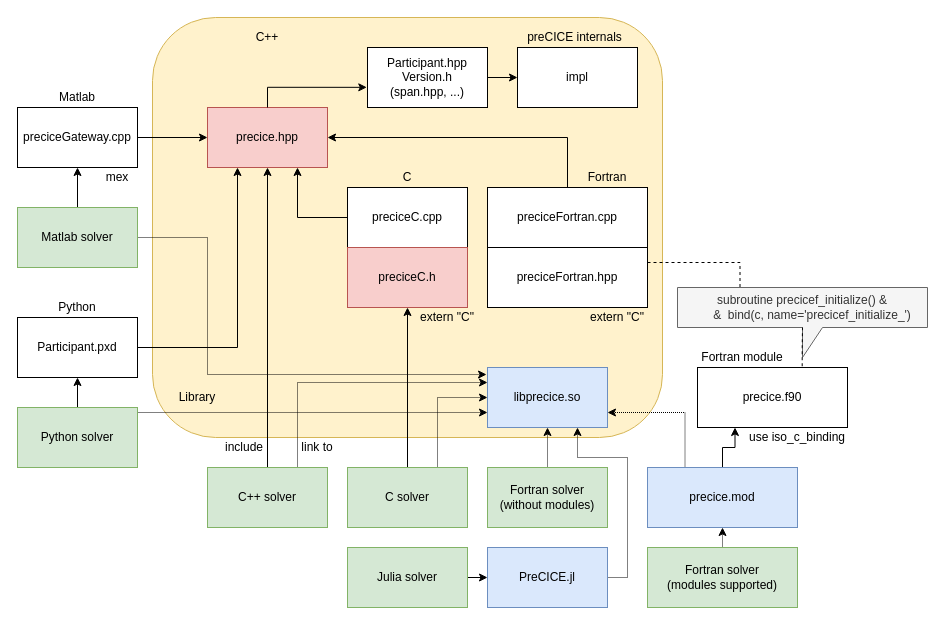
precice/precice.github.io keeps this draw.io diagram as images/docs/Bindings.drawio. Above is the earlier version. Source tidied: cells renumbered, new cells numbered last; positions are measured from the earlier drawing's top-left corner, leaving out a move shared by most shapes. Both pictures are drawn from the tidied source at 100%, with x=0, y=0 at pixel (17, 17).
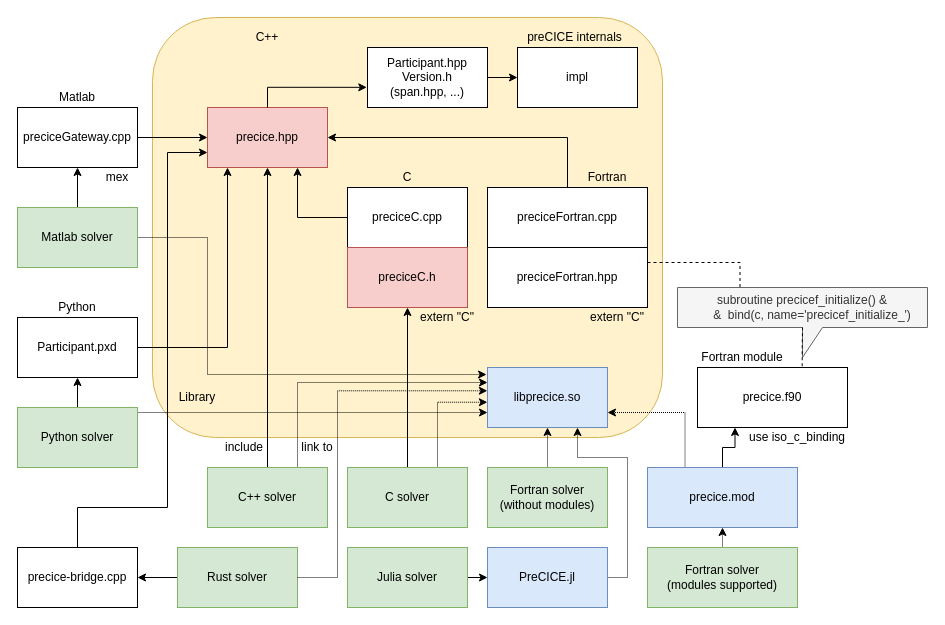
Above is the later version.

Commit message (it also covers changes not shown here):
Add Rust bindings

Unchanged cells that the change refers to:
```xml
<mxCell id="15" value="C solver" style="rounded=0;whiteSpace=wrap;html=1;fillColor=#d5e8d4;strokeColor=#82b366;" parent="1" vertex="1">
  <mxGeometry x="330" y="450" width="120" height="60" as="geometry" />
</mxCell>
<mxCell id="21" value="libprecice.so" style="rounded=0;whiteSpace=wrap;html=1;fillColor=#dae8fc;strokeColor=#6c8ebf;" parent="1" vertex="1">
  <mxGeometry x="470" y="350" width="120" height="60" as="geometry" />
</mxCell>
<mxCell id="27" value="precice.hpp" style="rounded=0;whiteSpace=wrap;html=1;fillColor=#f8cecc;strokeColor=#b85450;" parent="1" vertex="1">
  <mxGeometry x="190" y="90" width="120" height="60" as="geometry" />
</mxCell>
```

Diff of the diagram source:
```diff
@@
-    <mxCell id="14" style="edgeStyle=orthogonalEdgeStyle;rounded=0;jettySize=auto;html=1;exitX=0.75;exitY=0;exitDx=0;exitDy=0;entryX=0;entryY=0.5;entryDx=0;entryDy=0;dashed=1;dashPattern=1 1;" parent="1" edge="1" source="15" target="21">
+    <mxCell id="14" style="edgeStyle=orthogonalEdgeStyle;rounded=0;jettySize=auto;html=1;exitX=0.75;exitY=0;exitDx=0;exitDy=0;entryX=-0.001;entryY=0.579;entryDx=0;entryDy=0;dashed=1;dashPattern=1 1;entryPerimeter=0;" parent="1" edge="1" source="15" target="21">
       <mxGeometry relative="1" as="geometry" />
     </mxCell>
@@
-    <mxCell id="40" style="edgeStyle=orthogonalEdgeStyle;rounded=0;jettySize=auto;html=1;exitX=1;exitY=0.5;exitDx=0;exitDy=0;entryX=0.25;entryY=1;entryDx=0;entryDy=0;" parent="1" edge="1" target="27">
+    <mxCell id="40" style="edgeStyle=orthogonalEdgeStyle;rounded=0;orthogonalLoop=1;jettySize=auto;html=1;exitX=1;exitY=0.5;exitDx=0;exitDy=0;" parent="1" edge="1">
       <mxGeometry relative="1" as="geometry">
         <mxPoint x="40" y="330" as="sourcePoint" />
+        <mxPoint x="210" y="150" as="targetPoint" />
         <Array as="points">
-          <mxPoint x="220" y="330" />
+          <mxPoint x="210" y="330" />
         </Array>
       </mxGeometry>
     </mxCell>
@@
+    <mxCell id="60" style="edgeStyle=orthogonalEdgeStyle;rounded=0;jettySize=auto;html=1;exitX=0;exitY=0.5;exitDx=0;exitDy=0;entryX=1;entryY=0.5;entryDx=0;entryDy=0;" parent="1" edge="1" source="61" target="62">
+      <mxGeometry relative="1" as="geometry" />
+    </mxCell>
@@
+    <mxCell id="61" value="Rust solver" style="rounded=0;whiteSpace=wrap;html=1;fillColor=#d5e8d4;strokeColor=#82b366;" parent="1" vertex="1">
+      <mxGeometry x="160" y="530" width="120" height="60" as="geometry" />
+    </mxCell>
@@
+    <mxCell id="62" value="precice-bridge.cpp" style="rounded=0;whiteSpace=wrap;html=1;" parent="1" vertex="1">
+      <mxGeometry y="530" width="120" height="60" as="geometry" />
+    </mxCell>
+    <mxCell id="63" style="edgeStyle=orthogonalEdgeStyle;rounded=0;jettySize=auto;html=1;exitX=0.5;exitY=0;exitDx=0;exitDy=0;entryX=0;entryY=0.75;entryDx=0;entryDy=0;" parent="1" edge="1" source="62" target="27">
+      <mxGeometry relative="1" as="geometry">
+        <Array as="points">
+          <mxPoint x="60" y="490" />
+          <mxPoint x="150" y="490" />
+          <mxPoint x="150" y="135" />
+        </Array>
+      </mxGeometry>
+    </mxCell>
+    <mxCell id="64" style="edgeStyle=orthogonalEdgeStyle;rounded=0;jettySize=auto;html=1;exitX=1;exitY=0.5;exitDx=0;exitDy=0;entryX=-0.001;entryY=0.388;entryDx=0;entryDy=0;entryPerimeter=0;dashed=1;dashPattern=1 1;" parent="1" edge="1" source="61" target="21">
+      <mxGeometry relative="1" as="geometry">
+        <Array as="points">
+          <mxPoint x="320" y="560" />
+          <mxPoint x="320" y="373" />
+        </Array>
+      </mxGeometry>
+    </mxCell>
```
